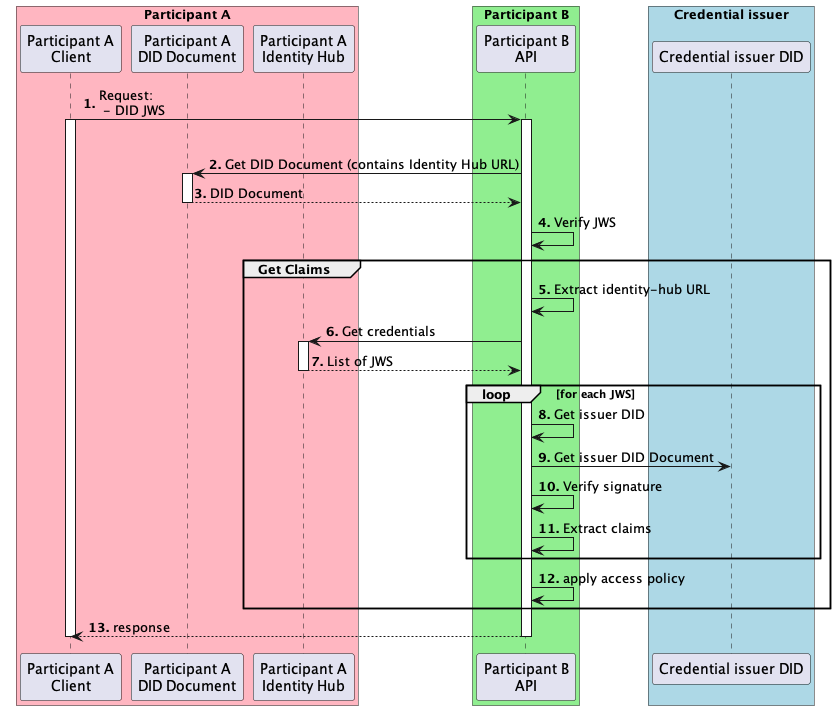
Before: docs/developer/decision-records/2022-07-01-get-claims/apply-policies-flow.png, a diagram exported from PlantUML (agera-edc/IdentityHub).
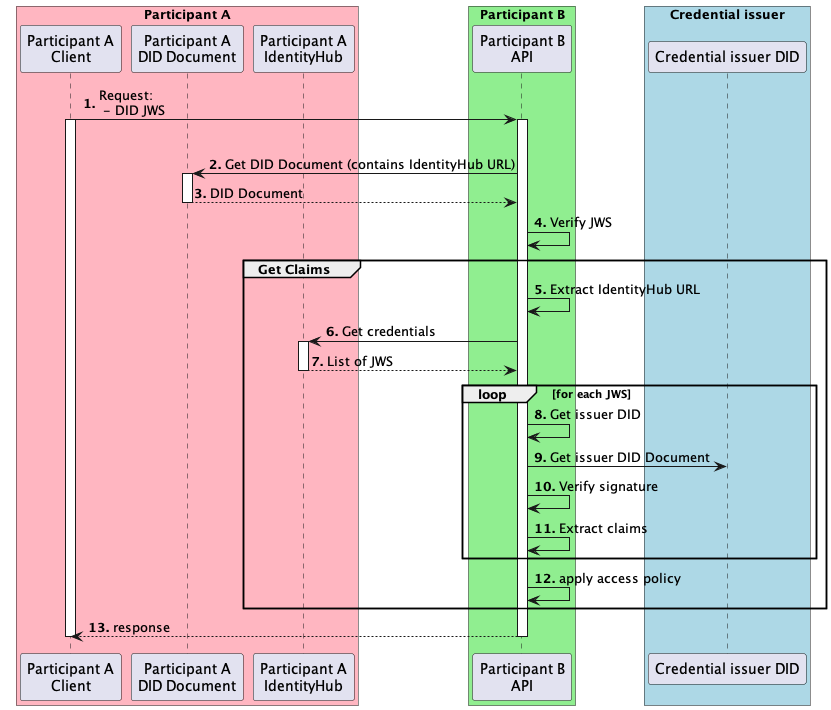
The same file after the commit.

Commit message:
Used consistent IdentityHub name.

Change to the diagram source:
```diff
@@ -3,7 +3,7 @@
 box "Participant A" #LightPink
 Participant "Participant A\nClient" as ParticipantA
 Participant "Participant A\nDID Document" as DID
-Participant "Participant A\nIdentity Hub" as IDHUB
+Participant "Participant A\nIdentityHub" as IDHUB
 end box
 box "Participant B" #LightGreen
 Participant "Participant B\nAPI" as B
@@ -14,11 +14,11 @@
 ParticipantA -> B ++: Request:\n - DID JWS
 activate ParticipantA
 group authorize request
-  B -> DID ++: Get DID Document (contains Identity Hub URL)
+  B -> DID ++: Get DID Document (contains IdentityHub URL)
   return DID Document
   B -> B: Verify JWS
   group Get Claims
-  B -> B: Extract identity-hub URL
+  B -> B: Extract IdentityHub URL
   B -> IDHUB ++: Get credentials
   return List of JWS
   loop for each JWS
```
